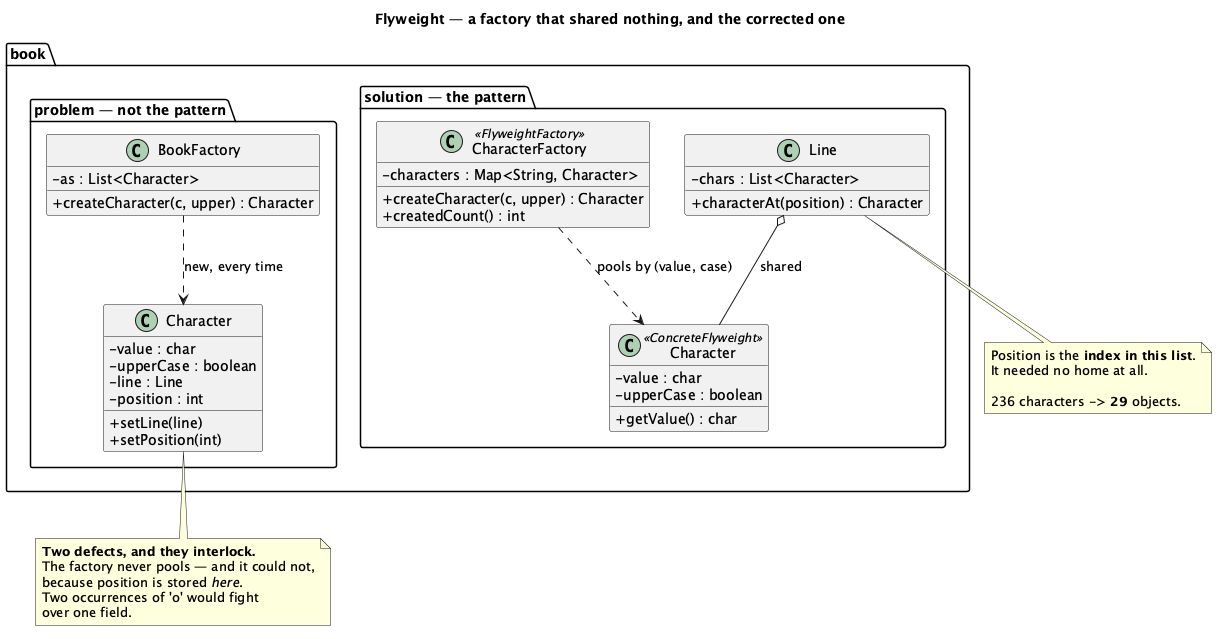
This is src/main/java/dev/kaldiroglu/dp/structural/flyweight/book/uml/Flyweight - Book - Class Diagram.png from kaldiroglu/DesignPatternsWithJava, a PlantUML export, as it was before one commit. Its diagram source:
```plantuml
@startuml "Flyweight - Book - Class Diagram"
skinparam classAttributeIconSize 0
hide empty members
title Flyweight — a factory that shared nothing, and the corrected one


package "book.problem — not the pattern" {
  class "Character" as PC {
    - value : char
    - upperCase : boolean
    - line : Line
    - position : int
    + setLine(line)
    + setPosition(int)
  }
  class "BookFactory" as PF {
    - as : List<Character>
    + createCharacter(c, upper) : Character
  }
  PF ..> PC : "new, every time"
}

package "book.solution — the pattern" {
  class "Character" as SC <<ConcreteFlyweight>> {
    - value : char
    - upperCase : boolean
    + getValue() : char
  }
  class "CharacterFactory" as SF <<FlyweightFactory>> {
    - characters : Map<String, Character>
    + createCharacter(c, upper) : Character
    + createdCount() : int
  }
  class "Line" as SL {
    - chars : List<Character>
    + characterAt(position) : Character
  }
  SF ..> SC : "pools by (value, case)"
  SL o-- SC : "shared"
}

note bottom of PC
  <b>Two defects, and they interlock.</b>
  The factory never pools — and it could not,
  because position is stored <i>here</i>.
  Two occurrences of 'o' would fight
  over one field.
end note

note bottom of SL
  Position is the <b>index in this list</b>.
  It needed no home at all.

  236 characters -> <b>29</b> objects.
end note

@enduml
```
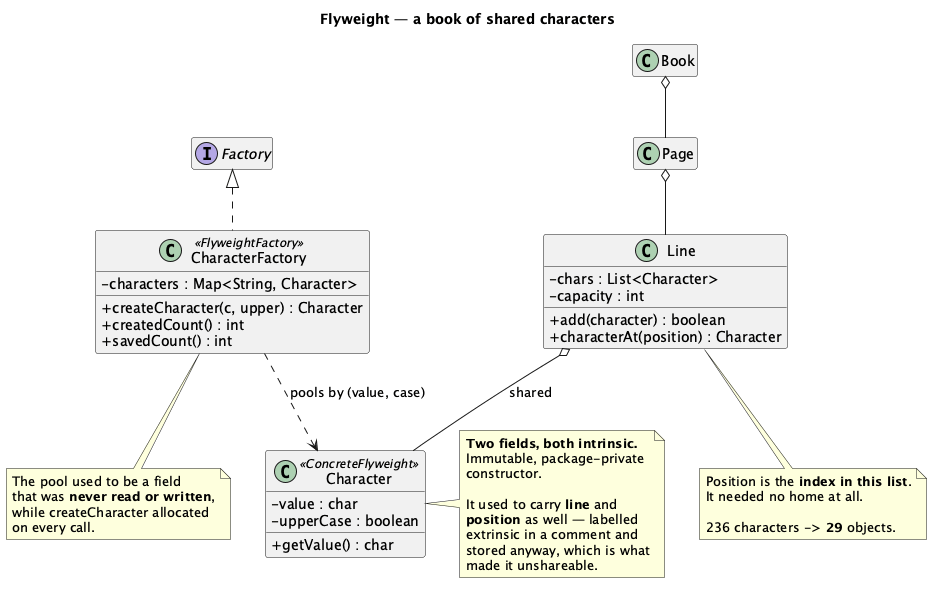
The same diagram one commit later.

What changed in the source:
```diff
@@ -1,57 +1,62 @@
 @startuml "Flyweight - Book - Class Diagram"
 skinparam classAttributeIconSize 0
 hide empty members
-title Flyweight — a factory that shared nothing, and the corrected one
+title Flyweight — a book of shared characters
 
 
-package "book.problem — not the pattern" {
-  class "Character" as PC {
-    - value : char
-    - upperCase : boolean
-    - line : Line
-    - position : int
-    + setLine(line)
-    + setPosition(int)
-  }
-  class "BookFactory" as PF {
-    - as : List<Character>
-    + createCharacter(c, upper) : Character
-  }
-  PF ..> PC : "new, every time"
+class Character <<ConcreteFlyweight>> {
+  - value : char
+  - upperCase : boolean
+  + getValue() : char
 }
 
-package "book.solution — the pattern" {
-  class "Character" as SC <<ConcreteFlyweight>> {
-    - value : char
-    - upperCase : boolean
-    + getValue() : char
-  }
-  class "CharacterFactory" as SF <<FlyweightFactory>> {
-    - characters : Map<String, Character>
-    + createCharacter(c, upper) : Character
-    + createdCount() : int
-  }
-  class "Line" as SL {
-    - chars : List<Character>
-    + characterAt(position) : Character
-  }
-  SF ..> SC : "pools by (value, case)"
-  SL o-- SC : "shared"
+class CharacterFactory <<FlyweightFactory>> {
+  - characters : Map<String, Character>
+  + createCharacter(c, upper) : Character
+  + createdCount() : int
+  + savedCount() : int
 }
 
-note bottom of PC
-  <b>Two defects, and they interlock.</b>
-  The factory never pools — and it could not,
-  because position is stored <i>here</i>.
-  Two occurrences of 'o' would fight
-  over one field.
+interface Factory
+class Line {
+  - chars : List<Character>
+  - capacity : int
+  + add(character) : boolean
+  + characterAt(position) : Character
+}
+class Page
+class Book
+
+Factory <|.. CharacterFactory
+CharacterFactory ..> Character : "pools by (value, case)"
+Line o-- Character : "shared"
+Page o-- Line
+Book o-- Page
+
+note right of Character
+  <b>Two fields, both intrinsic.</b>
+  Immutable, package-private
+  constructor.
+
+  It used to carry <b>line</b> and
+  <b>position</b> as well — labelled
+  extrinsic in a comment and
+  stored anyway, which is what
+  made it unshareable.
 end note
 
-note bottom of SL
+note bottom of Line
   Position is the <b>index in this list</b>.
   It needed no home at all.
 
   236 characters -> <b>29</b> objects.
 end note
 
+note bottom of CharacterFactory
+  The pool used to be a field
+  that was <b>never read or written</b>,
+  while createCharacter allocated
+  on every call.
+end note
+
 @enduml
```
